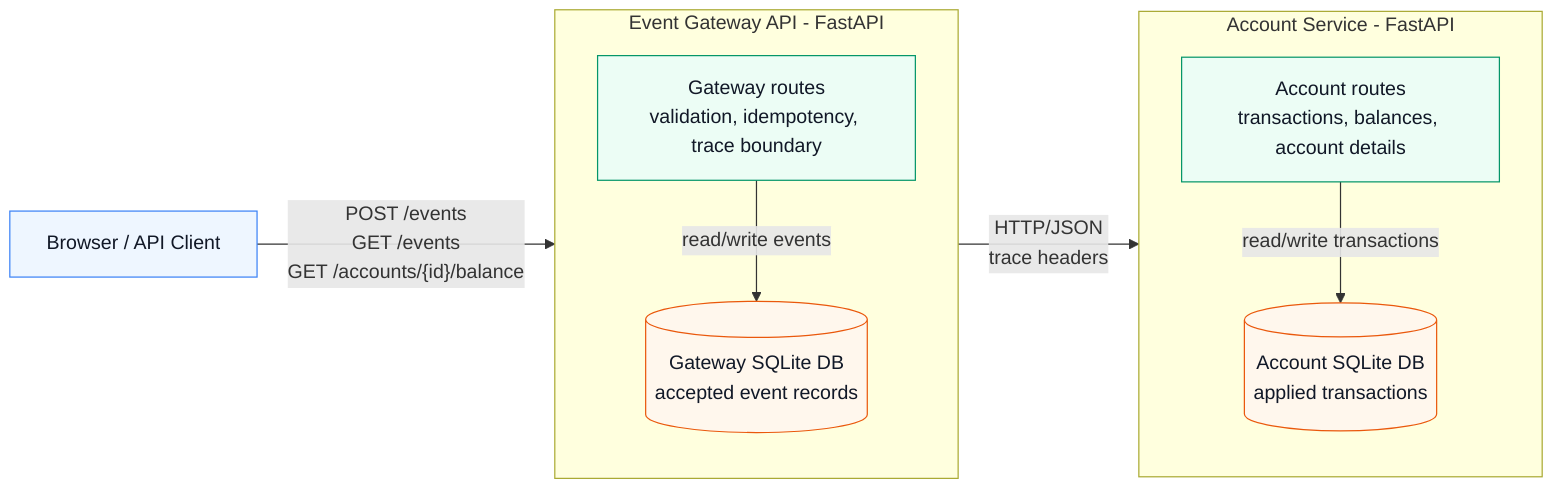
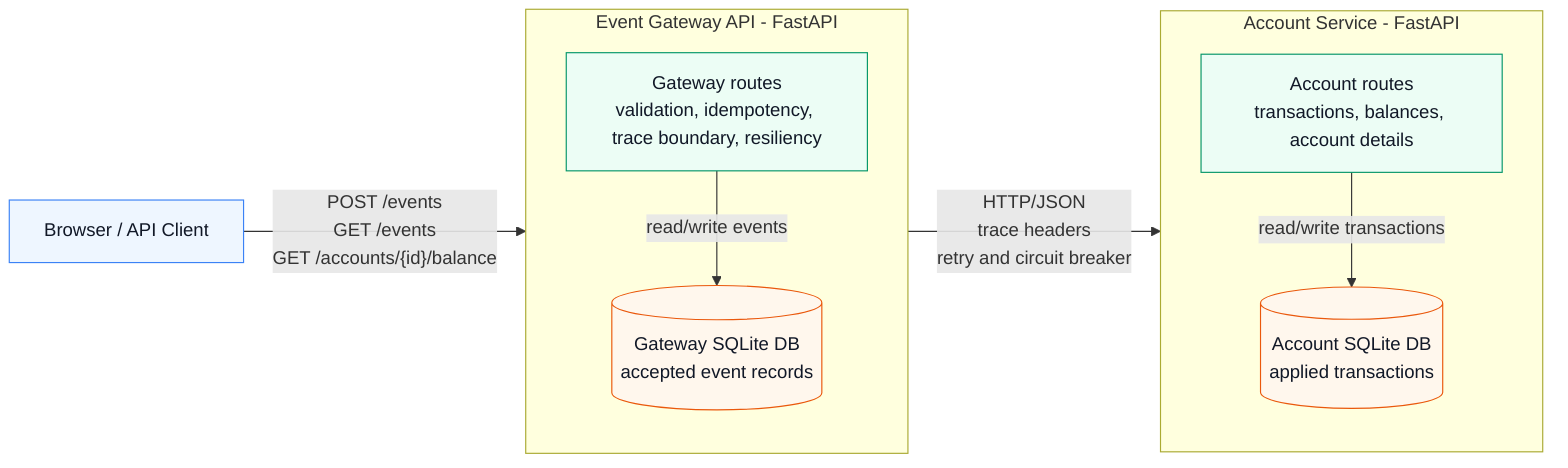
flowchart LR
  %% C4 Level 2: Containers. External callers flow into Gateway, then Account Service.
  client["Browser / API Client"]

  subgraph gatewayBoundary["Event Gateway API - FastAPI"]
    direction TB
-     gateway["Gateway routes<br/>validation, idempotency, trace boundary"]
+     gateway["Gateway routes<br/>validation, idempotency, trace boundary, resiliency"]
    gatewayDb[("Gateway SQLite DB<br/>accepted event records")]
    gateway -->|"read/write events"| gatewayDb
  end

  subgraph accountBoundary["Account Service - FastAPI"]
    direction TB
    account["Account routes<br/>transactions, balances, account details"]
    accountDb[("Account SQLite DB<br/>applied transactions")]
    account -->|"read/write transactions"| accountDb
  end

  client -->|"POST /events<br/>GET /events<br/>GET /accounts/{id}/balance"| gateway
-   gateway -->|"HTTP/JSON<br/>trace headers"| account
+   gateway -->|"HTTP/JSON<br/>trace headers<br/>retry and circuit breaker"| account

  classDef actor fill:#eef6ff,stroke:#3b82f6,color:#111827
  classDef service fill:#ecfdf5,stroke:#059669,color:#111827
  classDef database fill:#fff7ed,stroke:#ea580c,color:#111827
  class client actor
  class gateway,account service
  class gatewayDb,accountDb database
